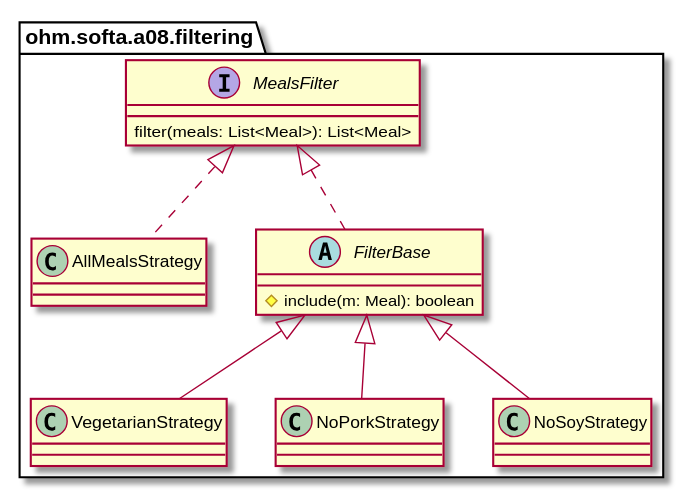
This is assets/images/FilteringStrategies.svg from studium-nicog/softa-08-singleton-factory-strategy-jfx, a PlantUML export, as it was before one commit.
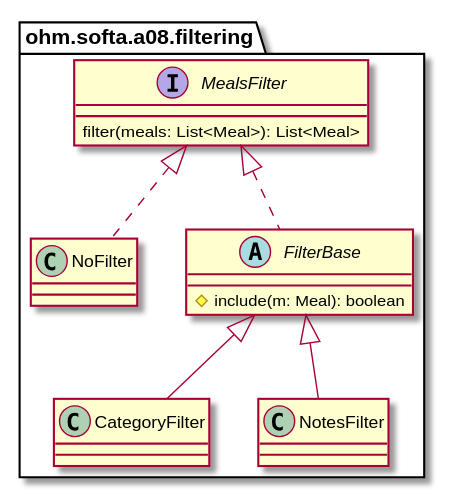
The same diagram one commit later.

Diff of the diagram source:
```diff
@@ -6,7 +6,7 @@
         filter(meals: List<Meal>): List<Meal>
     }
 
-    class AllMealsStrategy implements MealsFilter {
+    class NoFilter implements MealsFilter {
 
     }
 
@@ -14,15 +14,11 @@
         #include(m: Meal): boolean
     }
 
-    class VegetarianStrategy extends FilterBase {
+    class CategoryFilter extends FilterBase {
 
     }
 
-    class NoPorkStrategy extends FilterBase {
-
-    }
-
-    class NoSoyStrategy extends FilterBase {
+    class NotesFilter extends FilterBase {
 
     }
 }
```
